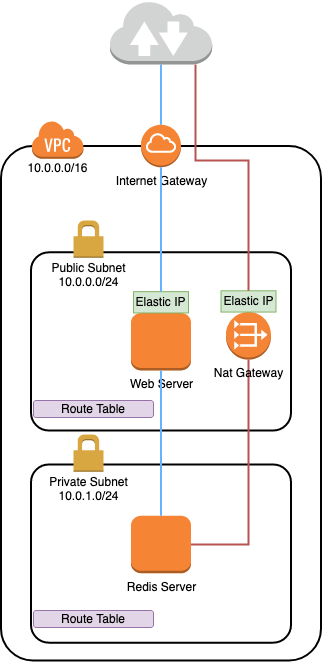
The draw.io diagram aws-tuto-04/image01.png in richardpct/images, before a commit. Source tidied: cells renumbered, new cells last; positions are measured from the earlier drawing's top-left corner, leaving out a move shared by most shapes.
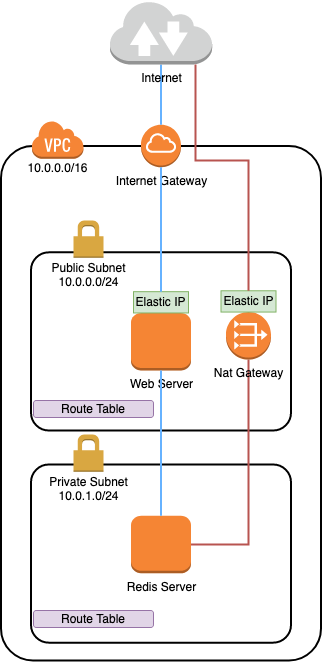
The same file after the commit.

Change to the diagram source:
```diff
@@ -68,7 +68,7 @@
     <mxCell id="23" style="endArrow=none;html=1;strokeColor=#66B2FF;strokeWidth=2;entryX=0.5;entryY=1;entryDx=0;entryDy=0;entryPerimeter=0;" parent="1" edge="1" source="5" target="24">
       <mxGeometry relative="1" as="geometry" />
     </mxCell>
-    <mxCell id="24" style="outlineConnect=0;dashed=0;verticalLabelPosition=bottom;verticalAlign=top;align=center;html=1;shape=mxgraph.aws3.internet_2;fillColor=#D2D3D3;gradientColor=none;" parent="1" vertex="1">
+    <mxCell id="24" value="Internet" style="outlineConnect=0;dashed=0;verticalLabelPosition=bottom;verticalAlign=top;align=center;html=1;shape=mxgraph.aws3.internet_2;fillColor=#D2D3D3;gradientColor=none;" parent="1" vertex="1">
       <mxGeometry x="108.4" width="102.2" height="64" as="geometry" />
     </mxCell>
     <mxCell id="25" style="edgeStyle=orthogonalEdgeStyle;rounded=0;jettySize=auto;html=1;exitX=0.5;exitY=0;exitDx=0;exitDy=0;fillColor=#f8cecc;strokeColor=#b85450;strokeWidth=2;endArrow=none;endFill=0;" parent="1" edge="1" source="21" target="24">
```
